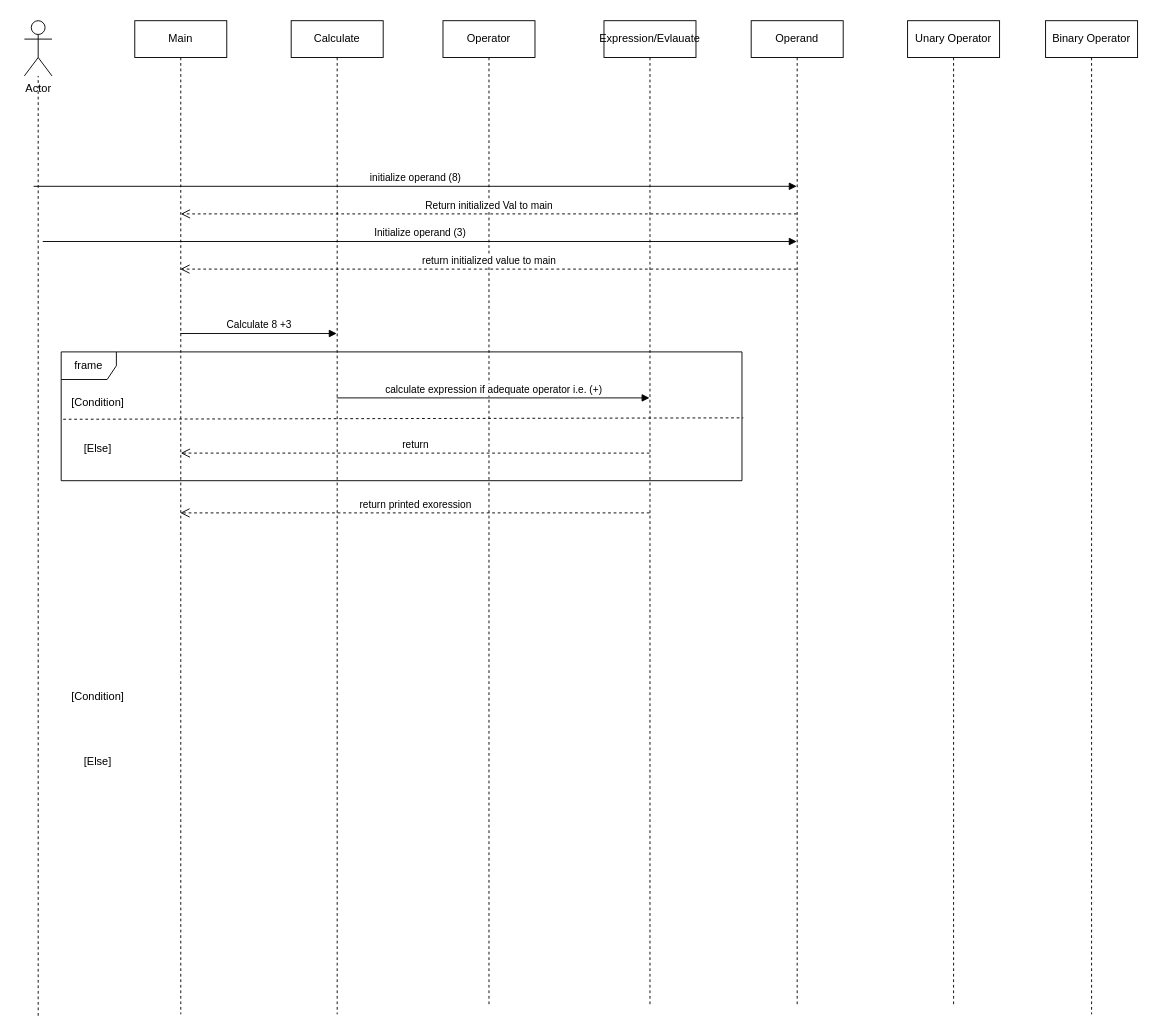
Above: lab2.drawio in Hanalessawy/Proj1 (draw.io), before the change. Source tidied: cells renumbered, new cells numbered last; positions are measured from the earlier drawing's top-left corner, leaving out a move shared by most shapes. Both pictures are drawn from the tidied source at 92%, with x=0, y=0 at pixel (24, 20).
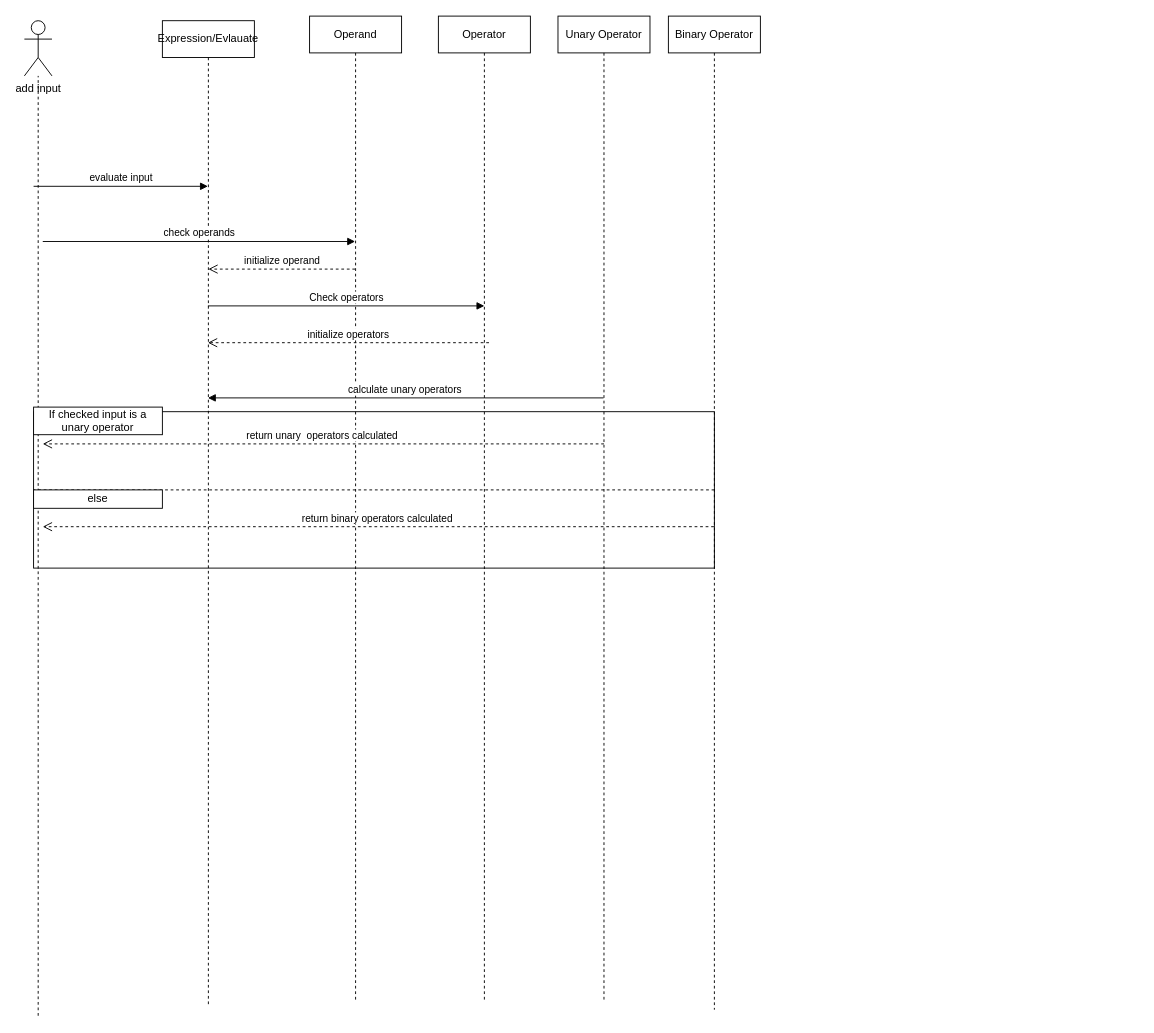
The same page after the edit.

Change to the diagram source:
```diff
@@
-    <mxCell id="2" value="Main" style="shape=umlLifeline;perimeter=lifelinePerimeter;whiteSpace=wrap;html=1;outlineConnect=0;portConstraint=eastwest;newEdgeStyle={&quot;edgeStyle&quot;:&quot;elbowEdgeStyle&quot;,&quot;elbow&quot;:&quot;vertical&quot;,&quot;curved&quot;:0,&quot;rounded&quot;:0};" parent="1" vertex="1">
-      <mxGeometry x="120" width="100" height="1080" as="geometry" />
-    </mxCell>
     <mxCell id="3" value="Operator" style="shape=umlLifeline;perimeter=lifelinePerimeter;whiteSpace=wrap;html=1;newEdgeStyle={&quot;edgeStyle&quot;:&quot;elbowEdgeStyle&quot;,&quot;elbow&quot;:&quot;vertical&quot;,&quot;curved&quot;:0,&quot;rounded&quot;:0};" parent="1" vertex="1">
-      <mxGeometry x="455" width="100" height="1070" as="geometry" />
+      <mxGeometry x="450" y="-5" width="100" height="1070" as="geometry" />
     </mxCell>
     <mxCell id="4" value="Expression/Evlauate" style="shape=umlLifeline;perimeter=lifelinePerimeter;whiteSpace=wrap;html=1;outlineConnect=0;portConstraint=eastwest;newEdgeStyle={&quot;edgeStyle&quot;:&quot;elbowEdgeStyle&quot;,&quot;elbow&quot;:&quot;vertical&quot;,&quot;curved&quot;:0,&quot;rounded&quot;:0};" parent="1" vertex="1">
-      <mxGeometry x="630" width="100" height="1070" as="geometry" />
+      <mxGeometry x="150" width="100" height="1070" as="geometry" />
     </mxCell>
     <mxCell id="5" value="Operand" style="shape=umlLifeline;perimeter=lifelinePerimeter;whiteSpace=wrap;html=1;outlineConnect=0;portConstraint=eastwest;newEdgeStyle={&quot;edgeStyle&quot;:&quot;elbowEdgeStyle&quot;,&quot;elbow&quot;:&quot;vertical&quot;,&quot;curved&quot;:0,&quot;rounded&quot;:0};" parent="1" vertex="1">
-      <mxGeometry x="790" width="100" height="1070" as="geometry" />
+      <mxGeometry x="310" y="-5" width="100" height="1070" as="geometry" />
     </mxCell>
-    <mxCell id="6" value="Actor" style="shape=umlActor;verticalLabelPosition=bottom;verticalAlign=top;html=1;" parent="1" vertex="1">
+    <mxCell id="6" value="add input" style="shape=umlActor;verticalLabelPosition=bottom;verticalAlign=top;html=1;" parent="1" vertex="1">
       <mxGeometry width="30" height="60" as="geometry" />
     </mxCell>
@@
     <mxCell id="8" value="Unary Operator" style="shape=umlLifeline;perimeter=lifelinePerimeter;whiteSpace=wrap;html=1;outlineConnect=0;portConstraint=eastwest;newEdgeStyle={&quot;edgeStyle&quot;:&quot;elbowEdgeStyle&quot;,&quot;elbow&quot;:&quot;vertical&quot;,&quot;curved&quot;:0,&quot;rounded&quot;:0};" parent="1" vertex="1">
-      <mxGeometry x="960" width="100" height="1070" as="geometry" />
+      <mxGeometry x="580" y="-5" width="100" height="1070" as="geometry" />
     </mxCell>
-    <mxCell id="9" value="Calculate" style="shape=umlLifeline;perimeter=lifelinePerimeter;whiteSpace=wrap;html=1;outlineConnect=0;portConstraint=eastwest;newEdgeStyle={&quot;edgeStyle&quot;:&quot;elbowEdgeStyle&quot;,&quot;elbow&quot;:&quot;vertical&quot;,&quot;curved&quot;:0,&quot;rounded&quot;:0};" parent="1" vertex="1">
-      <mxGeometry x="290" width="100" height="1080" as="geometry" />
-    </mxCell>
-    <mxCell id="10" value="initialize operand (8)" style="html=1;verticalAlign=bottom;endArrow=block;curved=0;rounded=0;" parent="1" edge="1" target="5">
+    <mxCell id="10" value="evaluate input" style="html=1;verticalAlign=bottom;endArrow=block;curved=0;rounded=0;" parent="1" edge="1" target="4">
       <mxGeometry relative="1" as="geometry">
         <mxPoint x="10" y="180" as="sourcePoint" />
       </mxGeometry>
     </mxCell>
-    <mxCell id="11" value="Return initialized Val to main" style="html=1;verticalAlign=bottom;endArrow=open;dashed=1;endSize=8;curved=0;rounded=0;" parent="1" edge="1" source="5">
-      <mxGeometry relative="1" as="geometry">
-        <mxPoint x="170" y="210" as="targetPoint" />
-      </mxGeometry>
-    </mxCell>
-    <mxCell id="12" value="Initialize operand (3)" style="html=1;verticalAlign=bottom;endArrow=block;curved=0;rounded=0;" parent="1" edge="1" target="5">
+    <mxCell id="12" value="check operands" style="html=1;verticalAlign=bottom;endArrow=block;curved=0;rounded=0;" parent="1" edge="1" target="5">
       <mxGeometry relative="1" as="geometry">
         <mxPoint x="20" y="240" as="sourcePoint" />
       </mxGeometry>
     </mxCell>
-    <mxCell id="13" value="return initialized value to main" style="html=1;verticalAlign=bottom;endArrow=open;dashed=1;endSize=8;curved=0;rounded=0;" parent="1" edge="1" source="5" target="2">
+    <mxCell id="13" value="initialize operand" style="html=1;verticalAlign=bottom;endArrow=open;dashed=1;endSize=8;curved=0;rounded=0;" parent="1" edge="1" source="5">
       <mxGeometry relative="1" as="geometry">
-        <Array as="points">
-          <mxPoint x="470" y="270" />
-        </Array>
+        <mxPoint x="200" y="270" as="targetPoint" />
       </mxGeometry>
     </mxCell>
-    <mxCell id="14" value="Calculate 8 +3" style="html=1;verticalAlign=bottom;endArrow=block;curved=0;rounded=0;" parent="1" edge="1" source="2" target="9">
+    <mxCell id="14" value="Check operators" style="html=1;verticalAlign=bottom;endArrow=block;curved=0;rounded=0;" parent="1" edge="1" source="4">
       <mxGeometry relative="1" as="geometry">
+        <mxPoint x="500" y="310" as="targetPoint" />
         <Array as="points">
-          <mxPoint x="170" y="340" />
+          <mxPoint x="200" y="310" />
         </Array>
       </mxGeometry>
     </mxCell>
-    <mxCell id="15" value="frame" style="shape=umlFrame;whiteSpace=wrap;html=1;" parent="1" vertex="1">
-      <mxGeometry x="40" y="360" width="740" height="140" as="geometry" />
-    </mxCell>
-    <mxCell id="16" style="endArrow=none;dashed=1;html=1;rounded=0;entryX=1.002;entryY=0.512;entryDx=0;entryDy=0;entryPerimeter=0;exitX=0.003;exitY=0.523;exitDx=0;exitDy=0;exitPerimeter=0;" parent="1" edge="1" source="15" target="15">
-      <mxGeometry relative="1" as="geometry" />
-    </mxCell>
-    <mxCell id="17" value="[Condition]" style="text;html=1;align=center;verticalAlign=middle;whiteSpace=wrap;rounded=0;" parent="1" vertex="1">
-      <mxGeometry x="50" y="400" width="60" height="30" as="geometry" />
-    </mxCell>
-    <mxCell id="18" value="[Else]" style="text;html=1;align=center;verticalAlign=middle;whiteSpace=wrap;rounded=0;" parent="1" vertex="1">
-      <mxGeometry x="50" y="450" width="60" height="30" as="geometry" />
-    </mxCell>
-    <mxCell id="19" value="calculate expression if adequate operator i.e. (+)" style="html=1;verticalAlign=bottom;endArrow=block;curved=0;rounded=0;" parent="1" edge="1" source="9" target="4">
+    <mxCell id="19" value="calculate unary operators&amp;nbsp;" style="html=1;verticalAlign=bottom;endArrow=block;curved=0;rounded=0;" parent="1" edge="1" source="8" target="4">
       <mxGeometry relative="1" as="geometry">
         <Array as="points">
           <mxPoint x="500" y="410" />
         </Array>
       </mxGeometry>
     </mxCell>
-    <mxCell id="20" value="return" style="html=1;verticalAlign=bottom;endArrow=open;dashed=1;endSize=8;curved=0;rounded=0;" parent="1" edge="1" source="4">
-      <mxGeometry relative="1" as="geometry">
-        <mxPoint x="170" y="470" as="targetPoint" />
-        <Array as="points">
-          <mxPoint x="275.8" y="470" />
-        </Array>
-      </mxGeometry>
-    </mxCell>
-    <mxCell id="21" value="[Condition]" style="text;html=1;align=center;verticalAlign=middle;whiteSpace=wrap;rounded=0;" parent="1" vertex="1">
-      <mxGeometry x="50" y="720" width="60" height="30" as="geometry" />
-    </mxCell>
-    <mxCell id="22" value="[Else]" style="text;html=1;align=center;verticalAlign=middle;whiteSpace=wrap;rounded=0;" parent="1" vertex="1">
-      <mxGeometry x="50" y="790" width="60" height="30" as="geometry" />
-    </mxCell>
-    <mxCell id="23" value="return printed exoression" style="html=1;verticalAlign=bottom;endArrow=open;dashed=1;endSize=8;curved=0;rounded=0;" parent="1" edge="1" source="4" target="2">
-      <mxGeometry relative="1" as="geometry" />
-    </mxCell>
     <mxCell id="24" value="Binary Operator" style="shape=umlLifeline;perimeter=lifelinePerimeter;whiteSpace=wrap;html=1;outlineConnect=0;portConstraint=eastwest;newEdgeStyle={&quot;edgeStyle&quot;:&quot;elbowEdgeStyle&quot;,&quot;elbow&quot;:&quot;vertical&quot;,&quot;curved&quot;:0,&quot;rounded&quot;:0};" parent="1" vertex="1">
-      <mxGeometry x="1110" width="100" height="1080" as="geometry" />
+      <mxGeometry x="700" y="-5" width="100" height="1080" as="geometry" />
     </mxCell>
+    <mxCell id="25" value="initialize operators" style="html=1;verticalAlign=bottom;endArrow=open;dashed=1;endSize=8;curved=0;rounded=0;" parent="1" edge="1" target="4">
+      <mxGeometry relative="1" as="geometry">
+        <mxPoint x="505" y="350" as="sourcePoint" />
+      </mxGeometry>
+    </mxCell>
+    <mxCell id="26" value="return unary&amp;nbsp; operators calculated&amp;nbsp;" style="html=1;verticalAlign=bottom;endArrow=open;dashed=1;endSize=8;curved=0;rounded=0;" parent="1" edge="1">
+      <mxGeometry relative="1" as="geometry">
+        <mxPoint x="630" y="460" as="sourcePoint" />
+        <mxPoint x="20" y="460" as="targetPoint" />
+      </mxGeometry>
+    </mxCell>
+    <mxCell id="27" value="return binary operators calculated&amp;nbsp;" style="html=1;verticalAlign=bottom;endArrow=open;dashed=1;endSize=8;curved=0;rounded=0;" parent="1" edge="1" source="24">
+      <mxGeometry relative="1" as="geometry">
+        <mxPoint x="20" y="550" as="targetPoint" />
+      </mxGeometry>
+    </mxCell>
+    <mxCell id="28" style="rounded=0;whiteSpace=wrap;html=1;fillColor=none;" parent="1" vertex="1">
+      <mxGeometry x="10" y="425" width="740" height="170" as="geometry" />
+    </mxCell>
+    <mxCell id="29" style="endArrow=none;dashed=1;html=1;rounded=0;entryX=0;entryY=0.5;entryDx=0;entryDy=0;exitX=1;exitY=0.5;exitDx=0;exitDy=0;" parent="1" edge="1" source="28" target="28">
+      <mxGeometry relative="1" as="geometry" />
+    </mxCell>
+    <mxCell id="30" value="If checked input is a unary operator" style="rounded=0;whiteSpace=wrap;html=1;" parent="1" vertex="1">
+      <mxGeometry x="10" y="420" width="140" height="30" as="geometry" />
+    </mxCell>
+    <mxCell id="31" value="else" style="rounded=0;whiteSpace=wrap;html=1;" parent="1" vertex="1">
+      <mxGeometry x="10" y="510" width="140" height="20" as="geometry" />
+    </mxCell>
```
